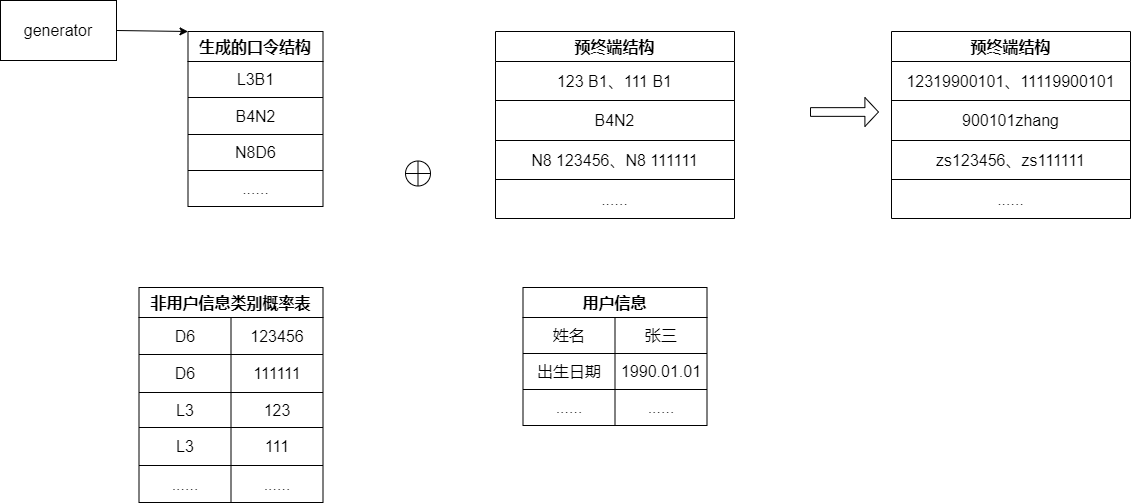
The draw.io diagram seqgan-fill.drawio.png in lakomi/pictures, before a commit. Source tidied: cells renumbered, new cells last; positions are measured from the earlier drawing's top-left corner, leaving out a move shared by most shapes.
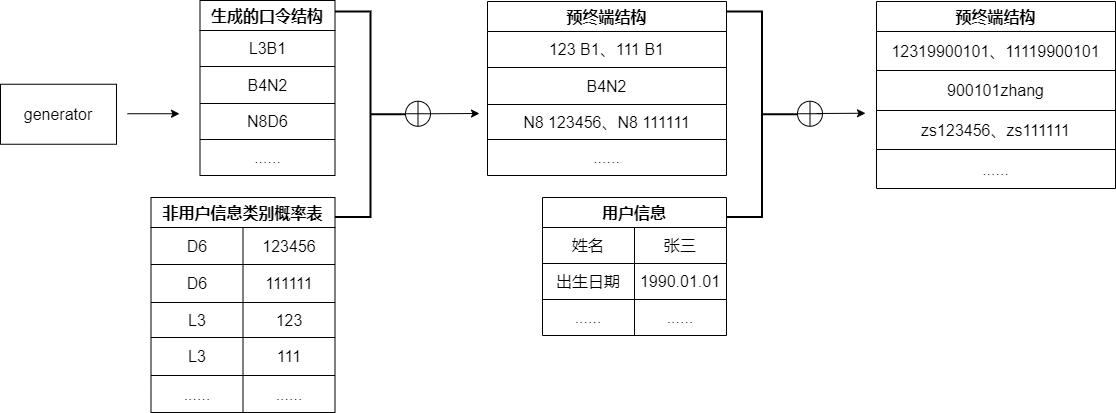
Above is the later version.

Change to the diagram source:
```diff
@@ -2,11 +2,8 @@
   <root>
     <mxCell id="0" />
     <mxCell id="1" parent="0" />
-    <mxCell id="2" style="edgeStyle=none;rounded=0;jettySize=auto;html=1;exitX=1;exitY=0.5;exitDx=0;exitDy=0;entryX=0;entryY=0;entryDx=0;entryDy=0;fontSize=16;strokeWidth=1;" parent="1" edge="1" source="3" target="4">
-      <mxGeometry relative="1" as="geometry" />
-    </mxCell>
     <mxCell id="3" value="generator" style="rounded=0;whiteSpace=wrap;html=1;fontSize=16;strokeWidth=1;" parent="1" vertex="1">
-      <mxGeometry width="116" height="60" as="geometry" />
+      <mxGeometry x="-12" y="114.8" width="116" height="60" as="geometry" />
     </mxCell>
     <mxCell id="4" value="生成的口令结构" style="shape=table;startSize=30;fontStyle=1;align=center;fontSize=16;strokeWidth=1;" parent="1" vertex="1">
       <mxGeometry x="187.5" y="31" width="135" height="175" as="geometry" />
@@ -36,34 +33,34 @@
       <mxGeometry width="135" height="36" as="geometry" />
     </mxCell>
     <mxCell id="13" value="预终端结构" style="shape=table;startSize=30;fontStyle=1;align=center;fontSize=16;strokeWidth=1;" parent="1" vertex="1">
-      <mxGeometry x="495" y="31" width="239" height="187" as="geometry" />
+      <mxGeometry x="475" y="32" width="239" height="174" as="geometry" />
     </mxCell>
     <mxCell id="14" style="shape=tableRow;horizontal=0;startSize=0;swimlaneHead=0;swimlaneBody=0;top=0;left=0;bottom=0;right=0;fillColor=none;fontSize=16;strokeWidth=1;" parent="13" vertex="1">
-      <mxGeometry y="30" width="239" height="39" as="geometry" />
+      <mxGeometry y="30" width="239" height="36" as="geometry" />
     </mxCell>
     <mxCell id="15" value="123 B1、111 B1" style="shape=partialRectangle;html=1;whiteSpace=wrap;fillColor=none;top=0;left=0;bottom=0;right=0;overflow=hidden;fontSize=16;strokeWidth=1;" parent="14" vertex="1">
-      <mxGeometry width="239" height="39" as="geometry" />
+      <mxGeometry width="239" height="36" as="geometry" />
     </mxCell>
     <mxCell id="16" style="shape=tableRow;horizontal=0;startSize=0;swimlaneHead=0;swimlaneBody=0;top=0;left=0;bottom=0;right=0;fillColor=none;fontSize=16;strokeWidth=1;" parent="13" vertex="1">
-      <mxGeometry y="69" width="239" height="40" as="geometry" />
+      <mxGeometry y="66" width="239" height="37" as="geometry" />
     </mxCell>
     <mxCell id="17" value="B4N2" style="shape=partialRectangle;html=1;whiteSpace=wrap;fillColor=none;top=0;left=0;bottom=0;right=0;overflow=hidden;fontSize=16;strokeWidth=1;" parent="16" vertex="1">
-      <mxGeometry width="239" height="40" as="geometry" />
+      <mxGeometry width="239" height="37" as="geometry" />
     </mxCell>
     <mxCell id="18" style="shape=tableRow;horizontal=0;startSize=0;swimlaneHead=0;swimlaneBody=0;top=0;left=0;bottom=0;right=0;fillColor=none;fontSize=16;strokeWidth=1;" parent="13" vertex="1">
-      <mxGeometry y="109" width="239" height="39" as="geometry" />
+      <mxGeometry y="103" width="239" height="35" as="geometry" />
     </mxCell>
     <mxCell id="19" value="N8 123456、N8 111111" style="shape=partialRectangle;html=1;whiteSpace=wrap;fillColor=none;top=0;left=0;bottom=0;right=0;overflow=hidden;fontSize=16;strokeWidth=1;" parent="18" vertex="1">
-      <mxGeometry width="239" height="39" as="geometry" />
+      <mxGeometry width="239" height="35" as="geometry" />
     </mxCell>
     <mxCell id="20" style="shape=tableRow;horizontal=0;startSize=0;swimlaneHead=0;swimlaneBody=0;top=0;left=0;bottom=0;right=0;fillColor=none;fontSize=16;strokeWidth=1;" parent="13" vertex="1">
-      <mxGeometry y="148" width="239" height="39" as="geometry" />
+      <mxGeometry y="138" width="239" height="36" as="geometry" />
     </mxCell>
     <mxCell id="21" value="......" style="shape=partialRectangle;html=1;whiteSpace=wrap;fillColor=none;top=0;left=0;bottom=0;right=0;overflow=hidden;fontSize=16;strokeWidth=1;" parent="20" vertex="1">
-      <mxGeometry width="239" height="39" as="geometry" />
+      <mxGeometry width="239" height="36" as="geometry" />
     </mxCell>
     <mxCell id="22" value="非用户信息类别概率表" style="shape=table;startSize=30;fontStyle=1;align=center;fontSize=16;strokeWidth=1;" parent="1" vertex="1">
-      <mxGeometry x="138.5" y="287" width="184" height="215" as="geometry" />
+      <mxGeometry x="138.5" y="228" width="184" height="215" as="geometry" />
     </mxCell>
     <mxCell id="23" style="shape=tableRow;horizontal=0;startSize=0;swimlaneHead=0;swimlaneBody=0;top=0;left=0;bottom=0;right=0;fillColor=none;fontSize=16;strokeWidth=1;" parent="22" vertex="1">
       <mxGeometry y="30" width="184" height="37" as="geometry" />
@@ -111,7 +108,7 @@
       <mxGeometry x="92" width="92" height="37" as="geometry" />
     </mxCell>
     <mxCell id="38" value="用户信息" style="shape=table;startSize=30;fontStyle=1;align=center;fontSize=16;strokeWidth=1;" parent="1" vertex="1">
-      <mxGeometry x="522.5" y="287" width="184" height="138" as="geometry" />
+      <mxGeometry x="530" y="228" width="184" height="138" as="geometry" />
     </mxCell>
     <mxCell id="39" style="shape=tableRow;horizontal=0;startSize=0;swimlaneHead=0;swimlaneBody=0;top=0;left=0;bottom=0;right=0;fillColor=none;fontSize=16;strokeWidth=1;" parent="38" vertex="1">
       <mxGeometry y="30" width="184" height="36" as="geometry" />
@@ -141,7 +138,7 @@
       <mxGeometry x="92" width="92" height="36" as="geometry" />
     </mxCell>
     <mxCell id="48" value="预终端结构" style="shape=table;startSize=30;fontStyle=1;align=center;fontSize=16;strokeWidth=1;" parent="1" vertex="1">
-      <mxGeometry x="891" y="31" width="239" height="187" as="geometry" />
+      <mxGeometry x="864" y="32" width="239" height="187" as="geometry" />
     </mxCell>
     <mxCell id="49" style="shape=tableRow;horizontal=0;startSize=0;swimlaneHead=0;swimlaneBody=0;top=0;left=0;bottom=0;right=0;fillColor=none;fontSize=16;strokeWidth=1;" parent="48" vertex="1">
       <mxGeometry y="30" width="239" height="39" as="geometry" />
@@ -167,11 +164,34 @@
     <mxCell id="56" value="......" style="shape=partialRectangle;html=1;whiteSpace=wrap;fillColor=none;top=0;left=0;bottom=0;right=0;overflow=hidden;fontSize=16;strokeWidth=1;" parent="55" vertex="1">
       <mxGeometry width="239" height="39" as="geometry" />
     </mxCell>
-    <mxCell id="57" style="shape=singleArrow;whiteSpace=wrap;html=1;fontSize=16;strokeWidth=1;" parent="1" vertex="1">
-      <mxGeometry x="810" y="97" width="68" height="29" as="geometry" />
-    </mxCell>
+    <mxCell id="59" style="edgeStyle=none;rounded=0;jettySize=auto;html=1;exitX=1;exitY=0.5;exitDx=0;exitDy=0;fontSize=16;endArrow=classic;endFill=1;strokeWidth=1;" parent="1" edge="1" source="58">
+      <mxGeometry relative="1" as="geometry">
+        <mxPoint x="467" y="144" as="targetPoint" />
+      </mxGeometry>
+    </mxCell>
     <mxCell id="58" style="shape=orEllipse;perimeter=ellipsePerimeter;whiteSpace=wrap;html=1;backgroundOutline=1;fontSize=16;strokeWidth=1;" parent="1" vertex="1">
-      <mxGeometry x="405" y="160.5" width="25" height="25" as="geometry" />
+      <mxGeometry x="393" y="131.8" width="25" height="25" as="geometry" />
     </mxCell>
+    <mxCell id="60" style="strokeWidth=2;html=1;shape=mxgraph.flowchart.annotation_2;align=left;labelPosition=right;fontSize=16;rotation=-180;" parent="1" vertex="1">
+      <mxGeometry x="322.5" y="42" width="71" height="205.5" as="geometry" />
+    </mxCell>
+    <mxCell id="61" style="endArrow=classic;html=1;rounded=0;fontSize=16;strokeWidth=1;" parent="1" edge="1">
+      <mxGeometry relative="1" as="geometry">
+        <mxPoint x="115" y="144.2" as="sourcePoint" />
+        <mxPoint x="167" y="144.2" as="targetPoint" />
+      </mxGeometry>
+    </mxCell>
+    <mxCell id="62" style="strokeWidth=2;html=1;shape=mxgraph.flowchart.annotation_2;align=left;labelPosition=right;fontSize=16;rotation=-180;" parent="1" vertex="1">
+      <mxGeometry x="714" y="42" width="71" height="205.5" as="geometry" />
+    </mxCell>
+    <mxCell id="63" style="shape=orEllipse;perimeter=ellipsePerimeter;whiteSpace=wrap;html=1;backgroundOutline=1;fontSize=16;strokeWidth=1;" parent="1" vertex="1">
+      <mxGeometry x="785" y="131.8" width="25" height="25" as="geometry" />
+    </mxCell>
+    <mxCell id="64" style="edgeStyle=none;rounded=0;orthogonalLoop=1;jettySize=auto;html=1;exitX=1;exitY=0.5;exitDx=0;exitDy=0;fontSize=16;endArrow=classic;endFill=1;strokeWidth=1;" parent="1" edge="1">
+      <mxGeometry relative="1" as="geometry">
+        <mxPoint x="804" y="144" as="sourcePoint" />
+        <mxPoint x="853" y="143.8" as="targetPoint" />
+      </mxGeometry>
+    </mxCell>
   </root>
 </mxGraphModel>
```
